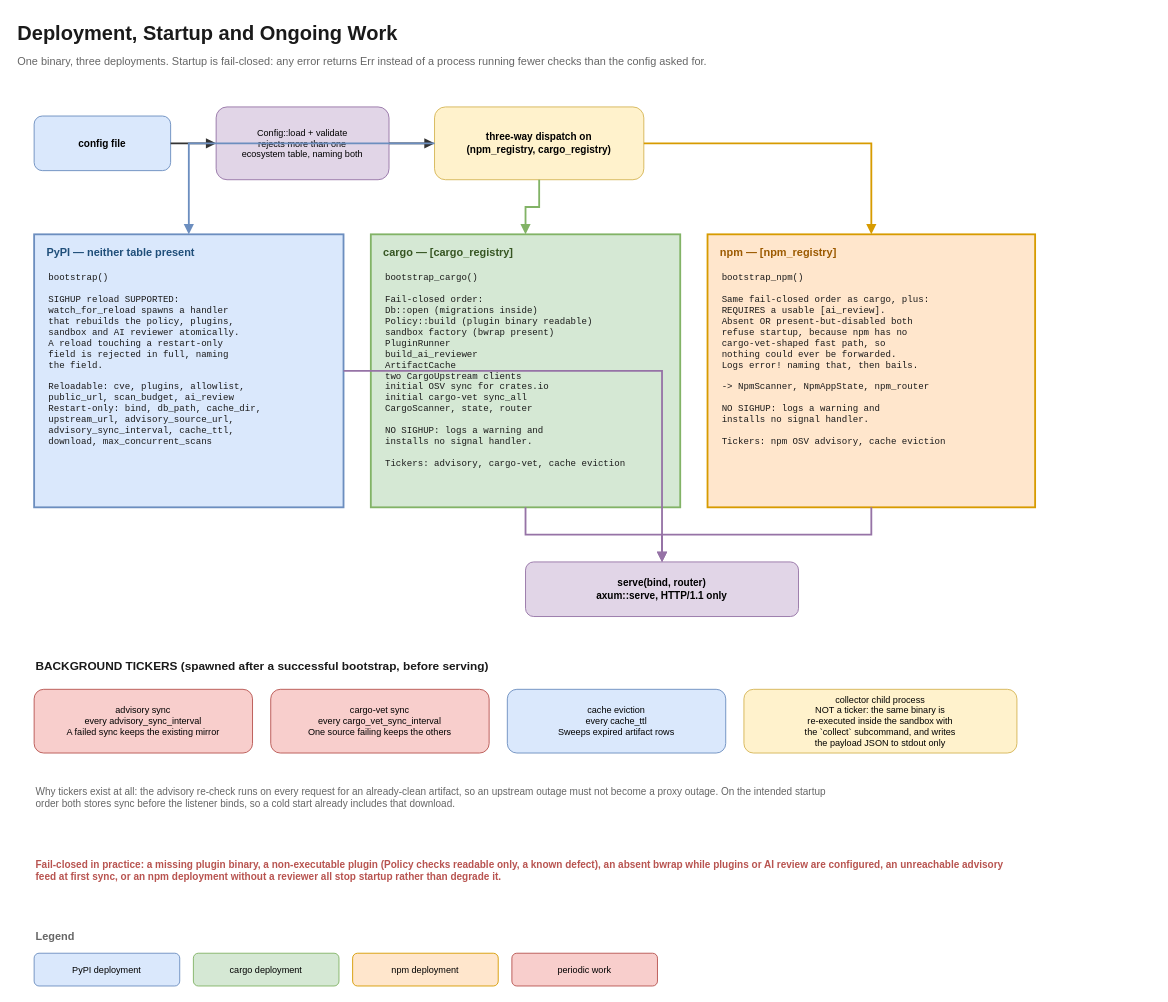
This is docs/diagrams/08-deployment-startup.drawio from gvz/supply-chain-scanner, a draw.io file, before an edit. Source tidied: cells renumbered, new cells numbered last; positions are measured from the earlier drawing's top-left corner, leaving out a move shared by most shapes. Both pictures are drawn from the tidied source at 91%, with x=0, y=0 at pixel (15, 15).
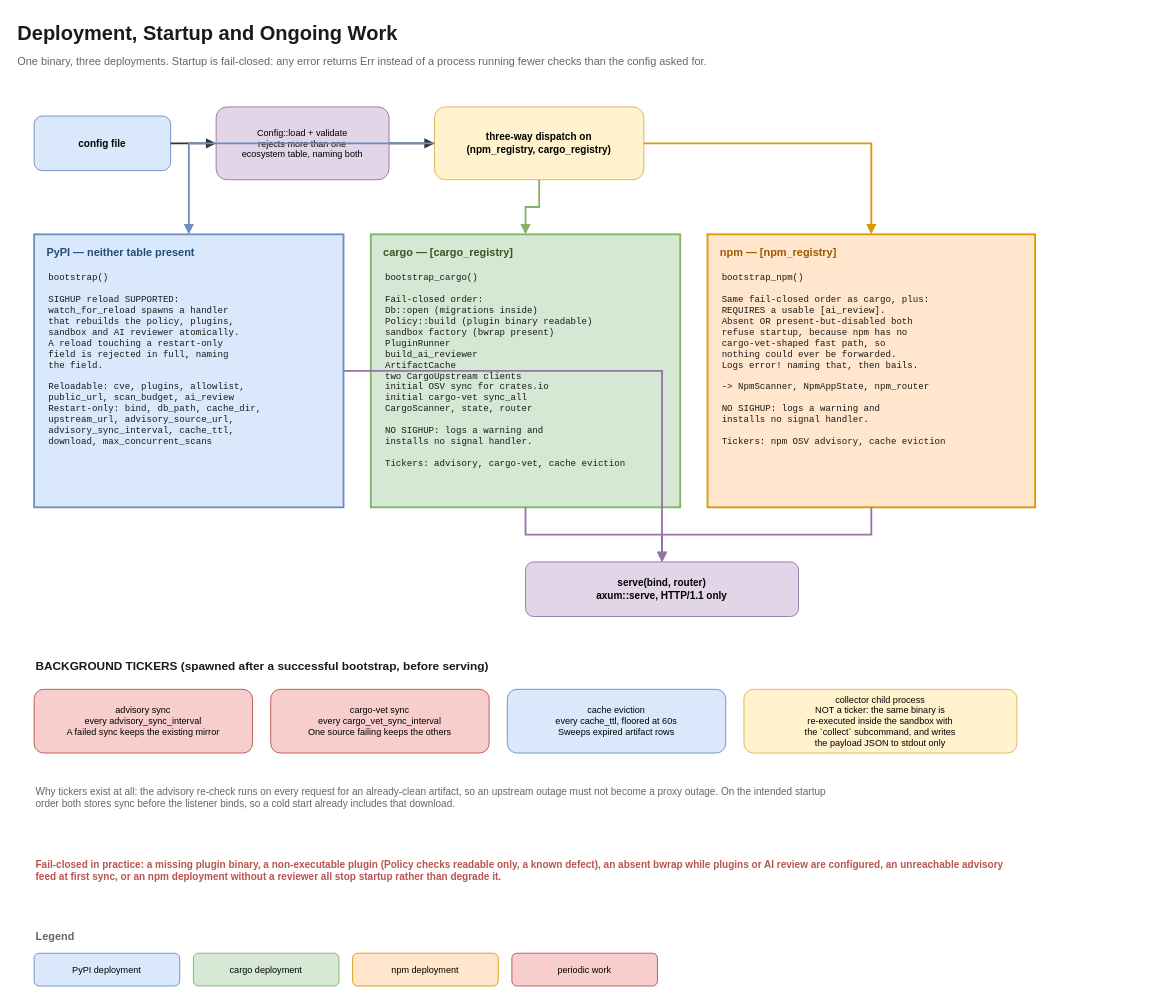
The same diagram, later.

Commit message:
docs(diagrams): note the cache eviction interval floor

What changed in the source:
```diff
@@
-    <mxCell id="28" value="cache eviction&#10;every cache_ttl&#10;Sweeps expired artifact rows" style="rounded=1;whiteSpace=wrap;html=1;fillColor=#dae8fc;strokeColor=#6c8ebf;fontSize=10;align=center;" parent="1" vertex="1">
+    <mxCell id="28" value="cache eviction&#10;every cache_ttl, floored at 60s&#10;Sweeps expired artifact rows" style="rounded=1;whiteSpace=wrap;html=1;fillColor=#dae8fc;strokeColor=#6c8ebf;fontSize=10;align=center;" parent="1" vertex="1">
       <mxGeometry x="540" y="740" width="240" height="70" as="geometry" />
     </mxCell>
```
